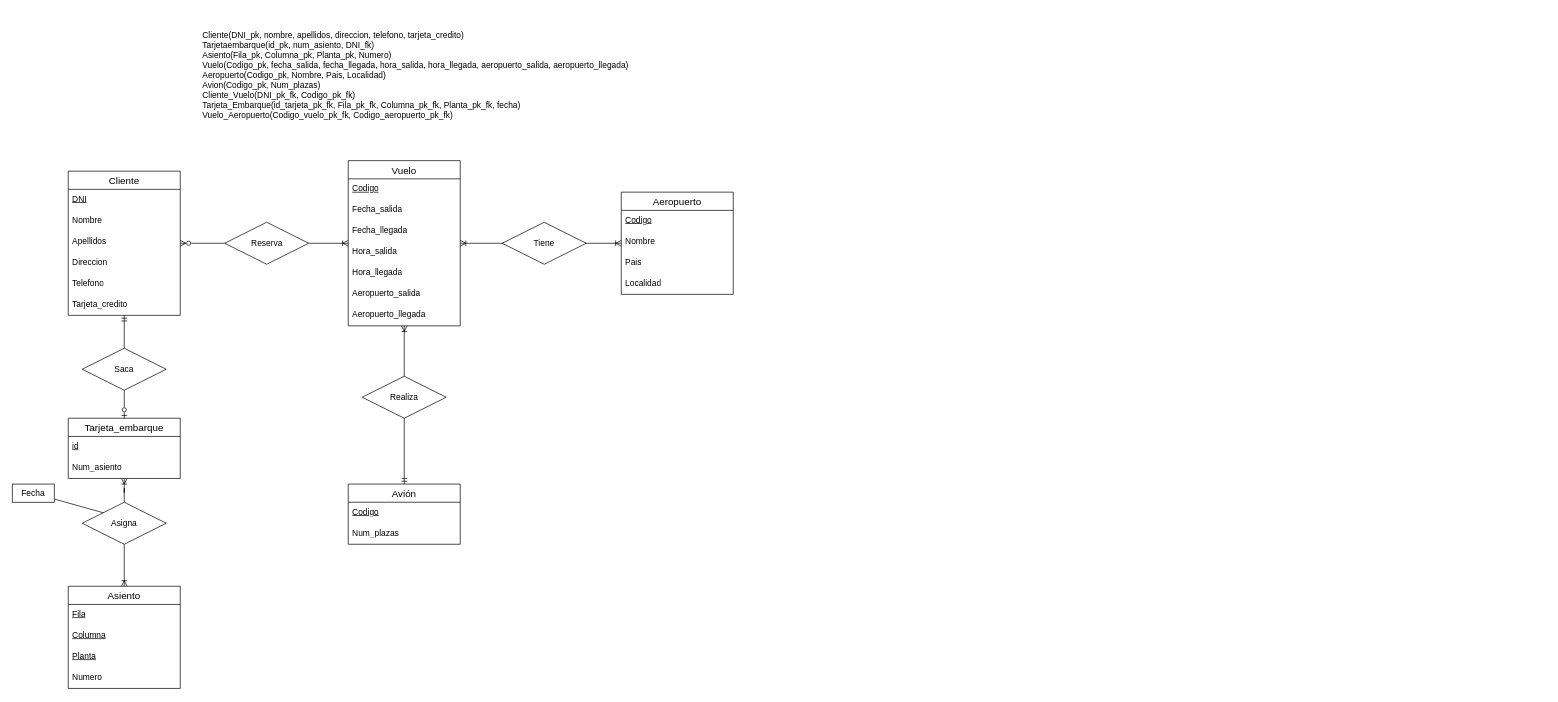
The draw.io diagram TA12EJ8.drawio in AlejandroCara/acr-tsys-modeloER-drawio-1110, before the edit. Source tidied: cells renumbered, new cells numbered last; positions are measured from the earlier drawing's top-left corner, leaving out a move shared by most shapes. Both pictures are drawn from the tidied source at 70%, with x=0, y=0 at pixel (12, 12).
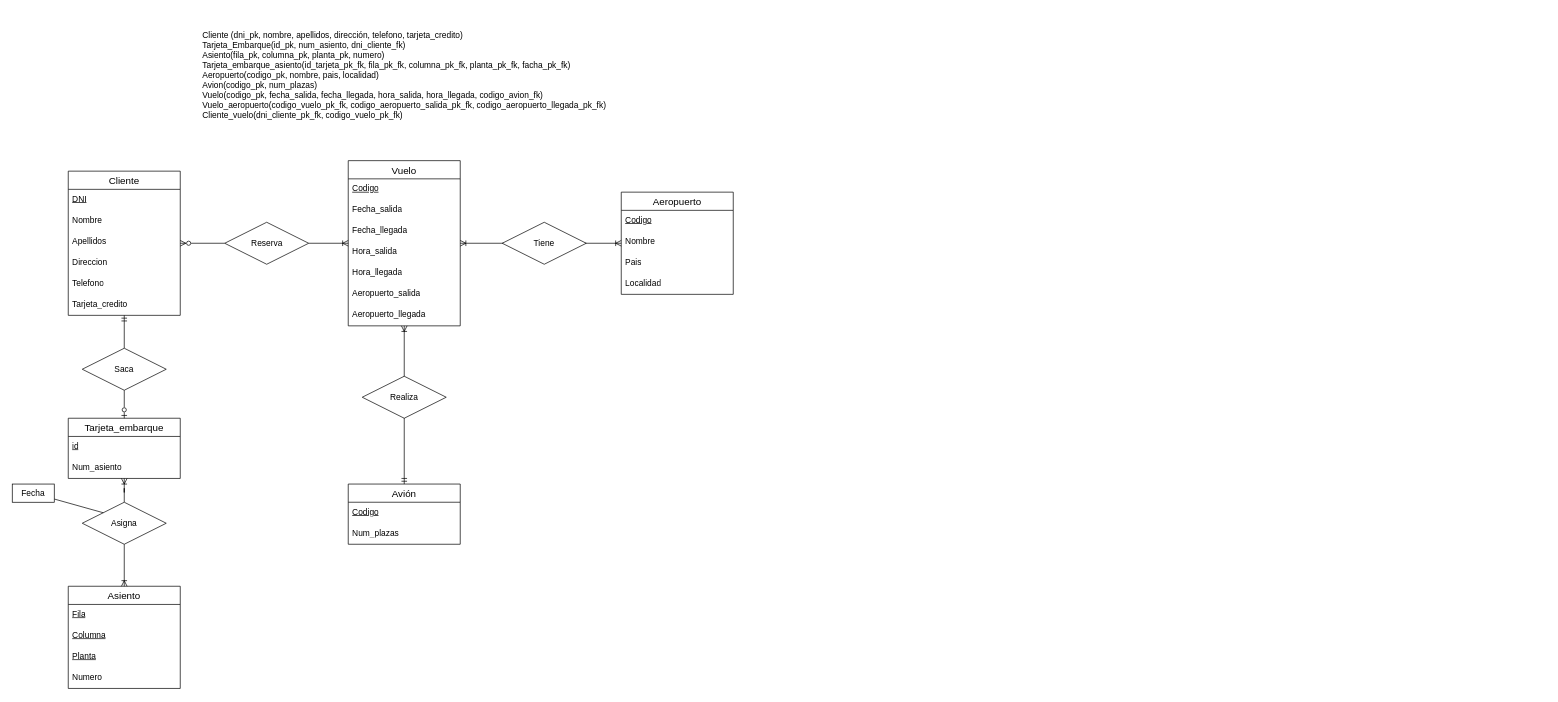
The same diagram, later.

Diff of the diagram source:
```diff
@@
-    <mxCell id="44" value="&lt;div style=&quot;border-color: var(--border-color);&quot;&gt;&lt;div style=&quot;border-color: var(--border-color);&quot;&gt;Cliente(DNI_pk, nombre, apellidos, direccion, telefono, tarjeta_credito)&lt;/div&gt;&lt;div style=&quot;border-color: var(--border-color);&quot;&gt;Tarjetaembarque(id_pk, num_asiento, DNI_fk)&lt;/div&gt;&lt;div style=&quot;border-color: var(--border-color);&quot;&gt;&lt;span style=&quot;border-color: var(--border-color); background-color: initial;&quot;&gt;Asiento(Fila_pk, Columna_pk, Planta_pk, Numero)&lt;/span&gt;&lt;/div&gt;&lt;div style=&quot;border-color: var(--border-color);&quot;&gt;&lt;span style=&quot;border-color: var(--border-color); background-color: initial;&quot;&gt;Vuelo(Codigo_pk, fecha_salida, fecha_llegada, hora_salida, hora_llegada, aeropuerto_salida, aeropuerto_llegada)&lt;/span&gt;&lt;/div&gt;&lt;div style=&quot;border-color: var(--border-color);&quot;&gt;&lt;span style=&quot;border-color: var(--border-color); background-color: initial;&quot;&gt;Aeropuerto(Codigo_pk, Nombre, Pais, Localidad)&lt;/span&gt;&lt;/div&gt;&lt;div style=&quot;border-color: var(--border-color);&quot;&gt;&lt;span style=&quot;border-color: var(--border-color); background-color: initial;&quot;&gt;Avion(Codigo_pk, Num_plazas)&lt;/span&gt;&lt;/div&gt;&lt;div&gt;&lt;span style=&quot;border-color: var(--border-color); background-color: initial;&quot;&gt;Cliente_Vuelo(DNI_pk_fk, Codigo_pk_fk)&lt;/span&gt;&lt;/div&gt;&lt;div&gt;&lt;span style=&quot;border-color: var(--border-color); background-color: initial;&quot;&gt;Tarjeta_Embarque(id_tarjeta_&lt;/span&gt;pk_fk, Fila_pk_fk, Columna_pk_fk, Planta_pk_fk, fecha)&lt;/div&gt;&lt;div&gt;Vuelo_Aeropuerto(Codigo_vuelo_pk_fk, Codigo_aeropuerto_pk_fk)&lt;/div&gt;&lt;/div&gt;" style="text;html=1;strokeColor=none;fillColor=none;align=left;verticalAlign=middle;whiteSpace=wrap;rounded=0;" parent="1" vertex="1">
+    <mxCell id="44" value="Cliente (dni_pk, nombre, apellidos, dirección, telefono, tarjeta_credito)&lt;br&gt;Tarjeta_Embarque(id_pk, num_asiento, dni_cliente_fk)&lt;br&gt;Asiento(fila_pk, columna_pk, planta_pk, numero)&lt;br&gt;Tarjeta_embarque_asiento(id_tarjeta_pk_fk, fila_pk_fk, columna_pk_fk, planta_pk_fk, facha_pk_fk)&lt;br&gt;Aeropuerto(codigo_pk, nombre, pais, localidad)&lt;br&gt;Avion(codigo_pk, num_plazas)&lt;br&gt;Vuelo(codigo_pk, fecha_salida, fecha_llegada, hora_salida, hora_llegada, codigo_avion_fk)&lt;br&gt;Vuelo_aeropuerto(codigo_vuelo_pk_fk, codigo_aeropuerto_salida_pk_fk, codigo_aeropuerto_llegada_pk_fk)&lt;br&gt;Cliente_vuelo(dni_cliente_pk_fk, codigo_vuelo_pk_fk)" style="text;html=1;strokeColor=none;fillColor=none;align=left;verticalAlign=middle;whiteSpace=wrap;rounded=0;" parent="1" vertex="1">
       <mxGeometry x="270" width="1920" height="180" as="geometry" />
     </mxCell>
```
